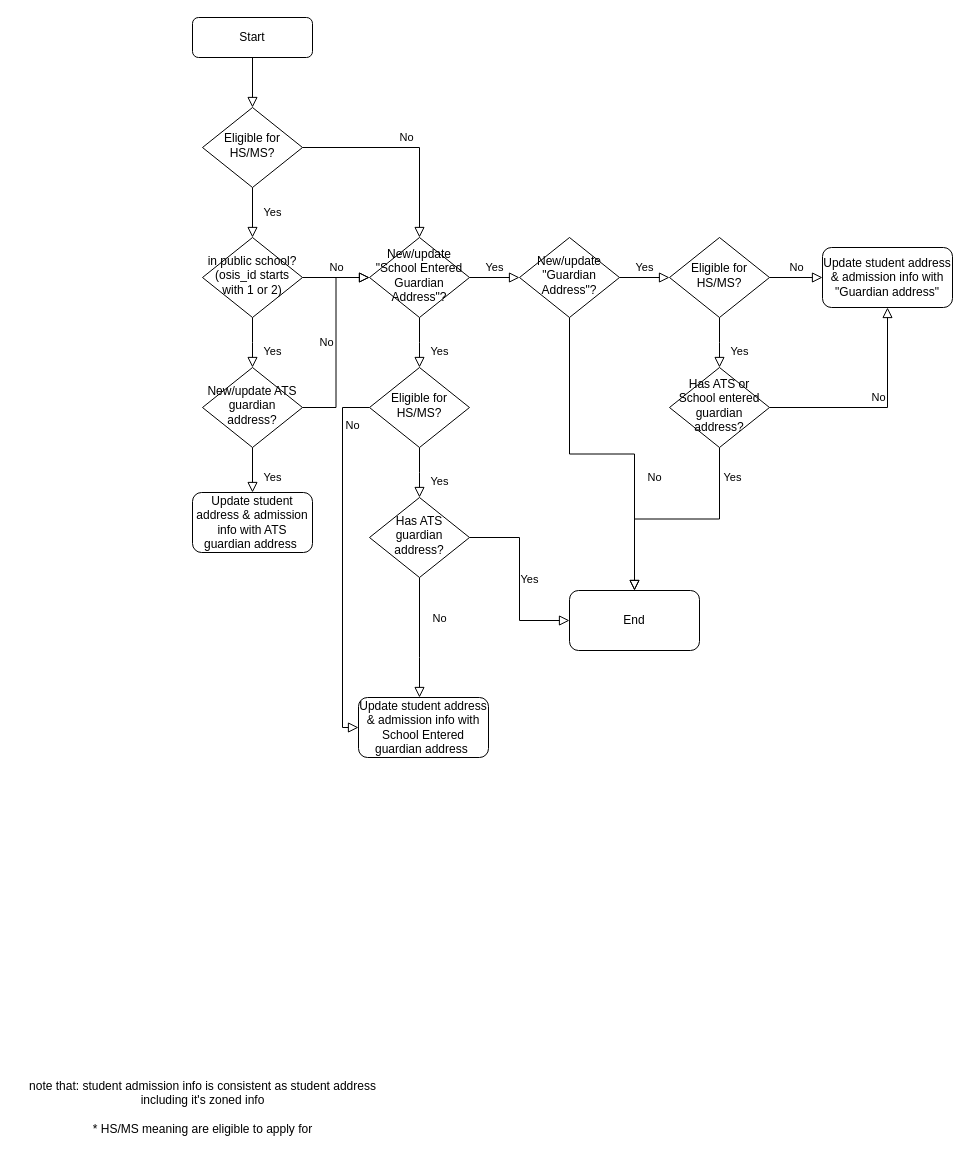
Above: Untitled Diagram.drawio in LunaNYC/hello (draw.io), before the change. Source tidied: cells renumbered, new cells numbered last; positions are measured from the earlier drawing's top-left corner, leaving out a move shared by most shapes. Both pictures are drawn from the tidied source at 100%, with x=0, y=0 at pixel (17, 17).
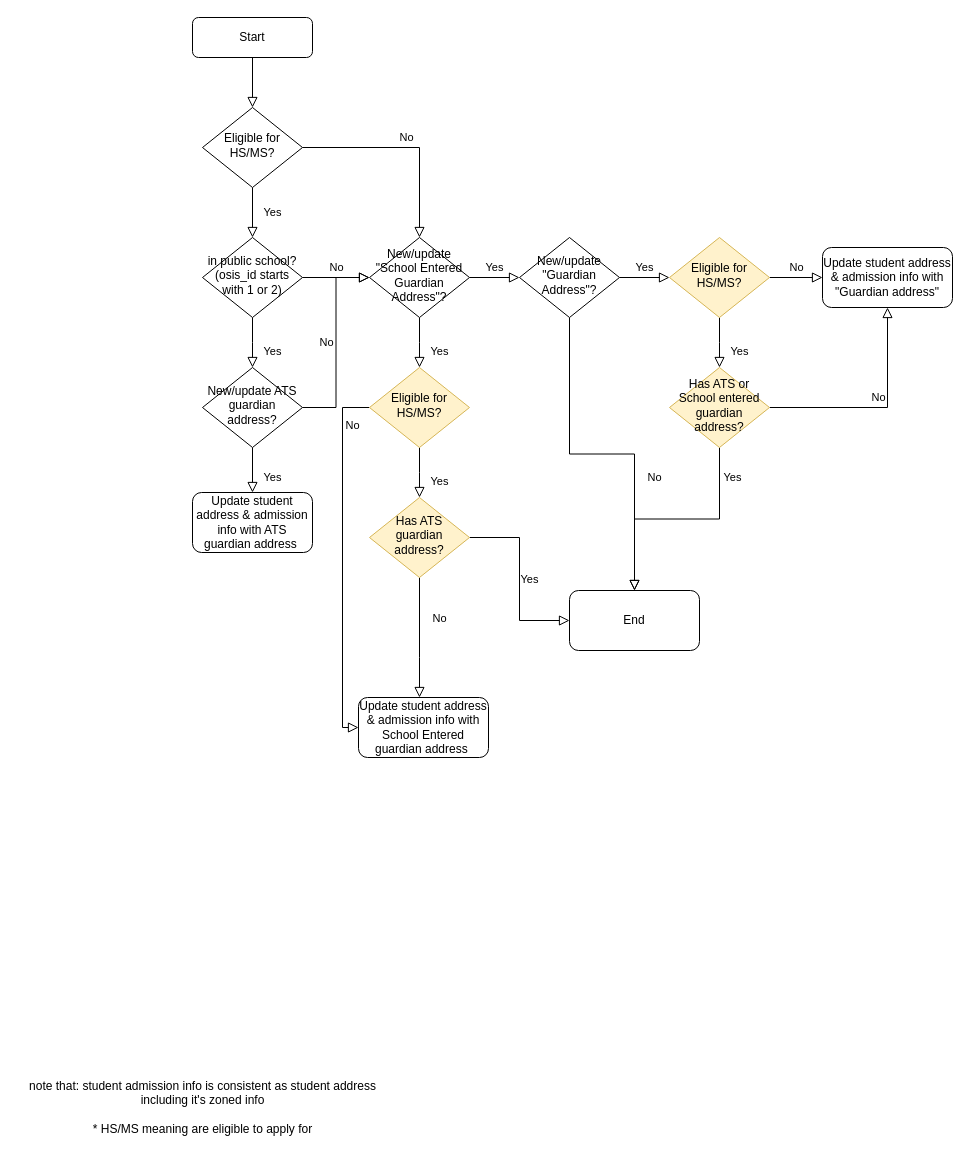
After the change.

The edit, as a diff of the source:
```diff
@@
-    <mxCell id="22" value="Eligible for HS/MS?" style="rhombus;whiteSpace=wrap;html=1;shadow=0;fontFamily=Helvetica;fontSize=12;align=center;strokeWidth=1;spacing=6;spacingTop=-4;" parent="1" vertex="1">
+    <mxCell id="22" value="Eligible for HS/MS?" style="rhombus;whiteSpace=wrap;html=1;shadow=0;fontFamily=Helvetica;fontSize=12;align=center;strokeWidth=1;spacing=6;spacingTop=-4;fillColor=#fff2cc;strokeColor=#d6b656;" parent="1" vertex="1">
       <mxGeometry x="652" y="220" width="100" height="80" as="geometry" />
     </mxCell>
@@
-    <mxCell id="25" value="Has ATS or School entered guardian address?" style="rhombus;whiteSpace=wrap;html=1;shadow=0;fontFamily=Helvetica;fontSize=12;align=center;strokeWidth=1;spacing=6;spacingTop=-4;" parent="1" vertex="1">
+    <mxCell id="25" value="Has ATS or School entered guardian address?" style="rhombus;whiteSpace=wrap;html=1;shadow=0;fontFamily=Helvetica;fontSize=12;align=center;strokeWidth=1;spacing=6;spacingTop=-4;fillColor=#fff2cc;strokeColor=#d6b656;" parent="1" vertex="1">
       <mxGeometry x="652" y="350" width="100" height="80" as="geometry" />
     </mxCell>
@@
-    <mxCell id="28" value="Eligible for HS/MS?" style="rhombus;whiteSpace=wrap;html=1;shadow=0;fontFamily=Helvetica;fontSize=12;align=center;strokeWidth=1;spacing=6;spacingTop=-4;" parent="1" vertex="1">
+    <mxCell id="28" value="Eligible for HS/MS?" style="rhombus;whiteSpace=wrap;html=1;shadow=0;fontFamily=Helvetica;fontSize=12;align=center;strokeWidth=1;spacing=6;spacingTop=-4;fillColor=#fff2cc;strokeColor=#d6b656;" parent="1" vertex="1">
       <mxGeometry x="352" y="350" width="100" height="80" as="geometry" />
     </mxCell>
@@
-    <mxCell id="31" value="Has ATS guardian address?" style="rhombus;whiteSpace=wrap;html=1;shadow=0;fontFamily=Helvetica;fontSize=12;align=center;strokeWidth=1;spacing=6;spacingTop=-4;" parent="1" vertex="1">
+    <mxCell id="31" value="Has ATS guardian address?" style="rhombus;whiteSpace=wrap;html=1;shadow=0;fontFamily=Helvetica;fontSize=12;align=center;strokeWidth=1;spacing=6;spacingTop=-4;fillColor=#fff2cc;strokeColor=#d6b656;" parent="1" vertex="1">
       <mxGeometry x="352" y="480" width="100" height="80" as="geometry" />
     </mxCell>
```
